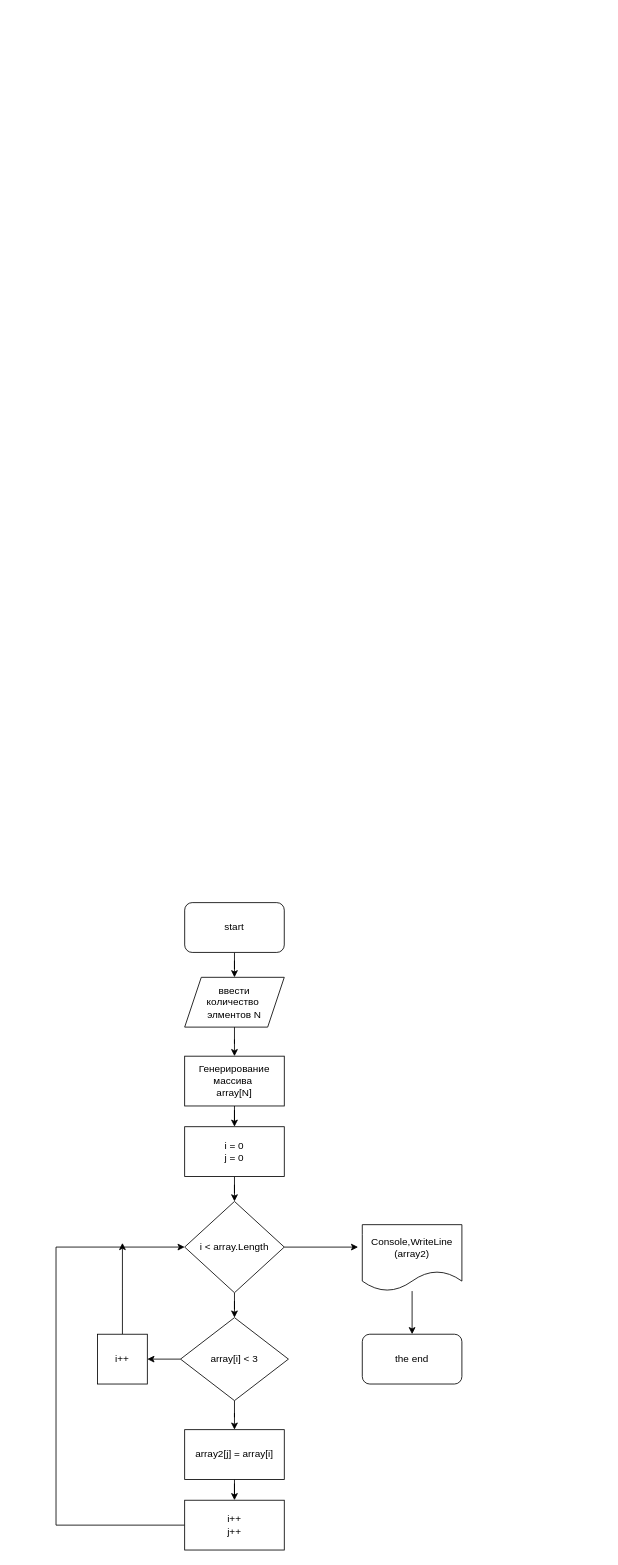
Before: lessonFINAL/Project-chart.drawio in KOLOK777/LES-JAN23, a draw.io diagram. Source tidied: cells renumbered, new cells numbered last; positions are measured from the earlier drawing's top-left corner, leaving out a move shared by most shapes. Both pictures are drawn from the tidied source at 83%, with x=0, y=0 at pixel (56, 902).
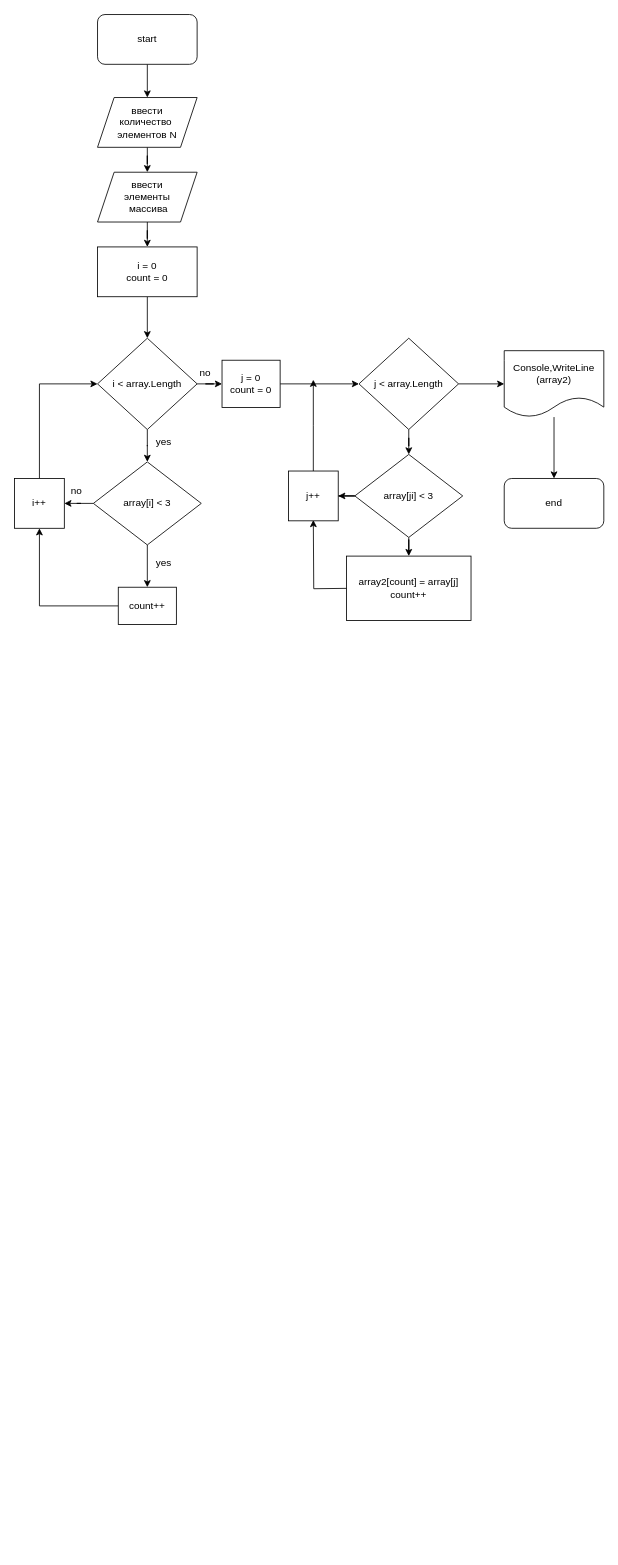
The same diagram, later.

Diff of the diagram source:
```diff
@@
-    <mxCell id="2" style="edgeStyle=orthogonalEdgeStyle;rounded=0;jettySize=auto;html=1;" parent="1" edge="1" source="3" target="13">
-      <mxGeometry relative="1" as="geometry" />
-    </mxCell>
-    <mxCell id="3" value="Генерирование массива&amp;nbsp;&lt;br&gt;array[N]" style="rounded=0;whiteSpace=wrap;html=1;" parent="1" vertex="1">
-      <mxGeometry x="155" y="185" width="120" height="60" as="geometry" />
-    </mxCell>
-    <mxCell id="4" style="edgeStyle=orthogonalEdgeStyle;rounded=0;jettySize=auto;html=1;entryX=0.5;entryY=0;entryDx=0;entryDy=0;" parent="1" edge="1" source="6" target="9">
-      <mxGeometry relative="1" as="geometry" />
-    </mxCell>
-    <mxCell id="5" style="edgeStyle=orthogonalEdgeStyle;rounded=0;jettySize=auto;html=1;entryX=-0.042;entryY=0.338;entryDx=0;entryDy=0;entryPerimeter=0;" parent="1" edge="1" source="6" target="15">
-      <mxGeometry relative="1" as="geometry" />
-    </mxCell>
+    <mxCell id="25" style="edgeStyle=orthogonalEdgeStyle;rounded=0;jettySize=auto;html=1;entryX=0;entryY=0.5;entryDx=0;entryDy=0;" parent="1" edge="1" source="6" target="46">
+      <mxGeometry relative="1" as="geometry" />
+    </mxCell>
+    <mxCell id="26" style="edgeStyle=orthogonalEdgeStyle;rounded=0;jettySize=auto;html=1;entryX=0.5;entryY=0;entryDx=0;entryDy=0;" parent="1" edge="1" source="6" target="39">
+      <mxGeometry relative="1" as="geometry" />
+    </mxCell>
     <mxCell id="6" value="i &amp;lt; array.Length" style="rhombus;whiteSpace=wrap;html=1;" parent="1" vertex="1">
-      <mxGeometry x="155" y="360" width="120" height="110" as="geometry" />
+      <mxGeometry x="50" y="-680" width="120" height="110" as="geometry" />
     </mxCell>
@@
-    <mxCell id="8" style="edgeStyle=orthogonalEdgeStyle;rounded=0;jettySize=auto;html=1;entryX=1;entryY=0.5;entryDx=0;entryDy=0;" parent="1" edge="1" source="9" target="22">
-      <mxGeometry relative="1" as="geometry" />
-    </mxCell>
+    <mxCell id="27" style="edgeStyle=orthogonalEdgeStyle;rounded=0;jettySize=auto;html=1;entryX=1;entryY=0.5;entryDx=0;entryDy=0;" parent="1" edge="1" source="9" target="48">
+      <mxGeometry relative="1" as="geometry" />
+    </mxCell>
-    <mxCell id="9" value="array[i] &amp;lt; 3" style="rhombus;whiteSpace=wrap;html=1;" parent="1" vertex="1">
-      <mxGeometry x="150" y="500" width="130" height="100" as="geometry" />
+    <mxCell id="9" value="array[ji] &amp;lt; 3" style="rhombus;whiteSpace=wrap;html=1;" parent="1" vertex="1">
+      <mxGeometry x="360" y="-540" width="130" height="100" as="geometry" />
     </mxCell>
-    <mxCell id="10" style="edgeStyle=orthogonalEdgeStyle;rounded=0;jettySize=auto;html=1;entryX=0.5;entryY=0;entryDx=0;entryDy=0;" parent="1" edge="1" source="11" target="20">
-      <mxGeometry relative="1" as="geometry" />
-    </mxCell>
+    <mxCell id="28" style="edgeStyle=orthogonalEdgeStyle;rounded=0;orthogonalLoop=1;jettySize=auto;html=1;entryX=0.4;entryY=1;entryDx=0;entryDy=0;entryPerimeter=0;" parent="1" edge="1">
+      <mxGeometry relative="1" as="geometry">
+        <mxPoint x="356" y="-378.7" as="sourcePoint" />
+        <mxPoint x="310" y="-461" as="targetPoint" />
+      </mxGeometry>
+    </mxCell>
-    <mxCell id="11" value="array2[j] = array[i]" style="rounded=0;whiteSpace=wrap;html=1;" parent="1" vertex="1">
-      <mxGeometry x="155" y="635" width="120" height="60" as="geometry" />
+    <mxCell id="11" value="array2[count] = array[j]&lt;br&gt;count++" style="rounded=0;whiteSpace=wrap;html=1;" parent="1" vertex="1">
+      <mxGeometry x="350" y="-417.5" width="150" height="77.5" as="geometry" />
     </mxCell>
@@
-    <mxCell id="13" value="i = 0&lt;br&gt;j = 0" style="rounded=0;whiteSpace=wrap;html=1;" parent="1" vertex="1">
-      <mxGeometry x="155" y="270" width="120" height="60" as="geometry" />
+    <mxCell id="13" value="i = 0&lt;br&gt;count = 0" style="rounded=0;whiteSpace=wrap;html=1;" parent="1" vertex="1">
+      <mxGeometry x="50" y="-790" width="120" height="60" as="geometry" />
     </mxCell>
@@
     <mxCell id="15" value="Console,WriteLine (array2)" style="shape=document;whiteSpace=wrap;html=1;boundedLbl=1;" parent="1" vertex="1">
-      <mxGeometry x="369" y="388" width="120" height="80" as="geometry" />
+      <mxGeometry x="540" y="-665" width="120" height="80" as="geometry" />
     </mxCell>
@@
     <mxCell id="17" value="start" style="rounded=1;whiteSpace=wrap;html=1;" parent="1" vertex="1">
-      <mxGeometry x="155" width="120" height="60" as="geometry" />
+      <mxGeometry x="50" y="-1070" width="120" height="60" as="geometry" />
     </mxCell>
-    <mxCell id="18" value="the end" style="rounded=1;whiteSpace=wrap;html=1;" parent="1" vertex="1">
-      <mxGeometry x="369" y="520" width="120" height="60" as="geometry" />
+    <mxCell id="18" value="end" style="rounded=1;whiteSpace=wrap;html=1;" parent="1" vertex="1">
+      <mxGeometry x="540" y="-511" width="120" height="60" as="geometry" />
     </mxCell>
-    <mxCell id="19" style="edgeStyle=orthogonalEdgeStyle;rounded=0;jettySize=auto;html=1;entryX=0;entryY=0.5;entryDx=0;entryDy=0;" parent="1" edge="1" source="20" target="6">
-      <mxGeometry relative="1" as="geometry">
-        <Array as="points">
-          <mxPoint y="750" />
-          <mxPoint y="415" />
-        </Array>
-      </mxGeometry>
-    </mxCell>
-    <mxCell id="20" value="i++&lt;br&gt;j++" style="rounded=0;whiteSpace=wrap;html=1;" parent="1" vertex="1">
-      <mxGeometry x="155" y="720" width="120" height="60" as="geometry" />
-    </mxCell>
-    <mxCell id="21" style="edgeStyle=orthogonalEdgeStyle;rounded=0;jettySize=auto;html=1;" parent="1" edge="1" source="22">
-      <mxGeometry relative="1" as="geometry">
-        <mxPoint x="80" y="410" as="targetPoint" />
-      </mxGeometry>
-    </mxCell>
+    <mxCell id="29" style="edgeStyle=orthogonalEdgeStyle;rounded=0;jettySize=auto;html=1;entryX=0;entryY=0.5;entryDx=0;entryDy=0;" parent="1" edge="1" source="22" target="6">
+      <mxGeometry relative="1" as="geometry">
+        <Array as="points">
+          <mxPoint x="-20" y="-625" />
+        </Array>
+      </mxGeometry>
+    </mxCell>
     <mxCell id="22" value="i++" style="rounded=0;whiteSpace=wrap;html=1;" parent="1" vertex="1">
-      <mxGeometry x="50" y="520" width="60" height="60" as="geometry" />
+      <mxGeometry x="-50" y="-511" width="60" height="60" as="geometry" />
     </mxCell>
-    <mxCell id="23" style="edgeStyle=orthogonalEdgeStyle;rounded=0;jettySize=auto;html=1;entryX=0.5;entryY=0;entryDx=0;entryDy=0;" parent="1" edge="1" source="24" target="3">
-      <mxGeometry relative="1" as="geometry" />
-    </mxCell>
+    <mxCell id="30" style="edgeStyle=orthogonalEdgeStyle;rounded=0;jettySize=auto;html=1;entryX=0.5;entryY=0;entryDx=0;entryDy=0;" parent="1" edge="1" source="24" target="36">
+      <mxGeometry relative="1" as="geometry" />
+    </mxCell>
-    <mxCell id="24" value="ввести&lt;br&gt;количество&amp;nbsp;&lt;br&gt;элментов N" style="shape=parallelogram;perimeter=parallelogramPerimeter;whiteSpace=wrap;html=1;fixedSize=1;" parent="1" vertex="1">
-      <mxGeometry x="155" y="90" width="120" height="60" as="geometry" />
+    <mxCell id="24" value="ввести&lt;br&gt;количество&amp;nbsp;&lt;br&gt;элементов N" style="shape=parallelogram;perimeter=parallelogramPerimeter;whiteSpace=wrap;html=1;fixedSize=1;" parent="1" vertex="1">
+      <mxGeometry x="50" y="-970" width="120" height="60" as="geometry" />
     </mxCell>
+    <mxCell id="31" value="yes" style="text;strokeColor=none;align=center;fillColor=none;html=1;verticalAlign=middle;whiteSpace=wrap;rounded=0;" parent="1" vertex="1">
+      <mxGeometry x="100" y="-424.5" width="60" height="30" as="geometry" />
+    </mxCell>
+    <mxCell id="32" value="no" style="text;strokeColor=none;align=center;fillColor=none;html=1;verticalAlign=middle;whiteSpace=wrap;rounded=0;" parent="1" vertex="1">
+      <mxGeometry x="150" y="-653.5" width="60" height="30" as="geometry" />
+    </mxCell>
+    <mxCell id="33" value="yes" style="text;strokeColor=none;align=center;fillColor=none;html=1;verticalAlign=middle;whiteSpace=wrap;rounded=0;" parent="1" vertex="1">
+      <mxGeometry x="100" y="-570" width="60" height="30" as="geometry" />
+    </mxCell>
+    <mxCell id="34" value="no" style="text;strokeColor=none;align=center;fillColor=none;html=1;verticalAlign=middle;whiteSpace=wrap;rounded=0;" parent="1" vertex="1">
+      <mxGeometry x="-5" y="-511" width="60" height="30" as="geometry" />
+    </mxCell>
+    <mxCell id="35" style="edgeStyle=orthogonalEdgeStyle;rounded=0;jettySize=auto;html=1;entryX=0.5;entryY=0;entryDx=0;entryDy=0;" parent="1" edge="1" source="36" target="13">
+      <mxGeometry relative="1" as="geometry" />
+    </mxCell>
+    <mxCell id="36" value="ввести&lt;br&gt;элементы&lt;br&gt;&amp;nbsp;массива" style="shape=parallelogram;perimeter=parallelogramPerimeter;whiteSpace=wrap;html=1;fixedSize=1;" parent="1" vertex="1">
+      <mxGeometry x="50" y="-880" width="120" height="60" as="geometry" />
+    </mxCell>
+    <mxCell id="37" style="edgeStyle=orthogonalEdgeStyle;rounded=0;jettySize=auto;html=1;entryX=0.5;entryY=0;entryDx=0;entryDy=0;" parent="1" edge="1" source="39" target="41">
+      <mxGeometry relative="1" as="geometry" />
+    </mxCell>
+    <mxCell id="38" style="edgeStyle=orthogonalEdgeStyle;rounded=0;jettySize=auto;html=1;entryX=1;entryY=0.5;entryDx=0;entryDy=0;" parent="1" edge="1" source="39" target="22">
+      <mxGeometry relative="1" as="geometry" />
+    </mxCell>
+    <mxCell id="39" value="array[i] &amp;lt; 3" style="rhombus;whiteSpace=wrap;html=1;" parent="1" vertex="1">
+      <mxGeometry x="45" y="-531" width="130" height="100" as="geometry" />
+    </mxCell>
+    <mxCell id="40" style="edgeStyle=orthogonalEdgeStyle;rounded=0;jettySize=auto;html=1;entryX=0.5;entryY=1;entryDx=0;entryDy=0;" parent="1" edge="1" source="41" target="22">
+      <mxGeometry relative="1" as="geometry" />
+    </mxCell>
+    <mxCell id="41" value="count++" style="rounded=0;whiteSpace=wrap;html=1;" parent="1" vertex="1">
+      <mxGeometry x="75" y="-380" width="70" height="45" as="geometry" />
+    </mxCell>
+    <mxCell id="42" style="edgeStyle=orthogonalEdgeStyle;rounded=0;jettySize=auto;html=1;entryX=0.5;entryY=0;entryDx=0;entryDy=0;" parent="1" edge="1" source="44" target="9">
+      <mxGeometry relative="1" as="geometry" />
+    </mxCell>
+    <mxCell id="43" style="edgeStyle=orthogonalEdgeStyle;rounded=0;jettySize=auto;html=1;entryX=0;entryY=0.5;entryDx=0;entryDy=0;" parent="1" edge="1" source="44" target="15">
+      <mxGeometry relative="1" as="geometry" />
+    </mxCell>
+    <mxCell id="44" value="j &amp;lt; array.Length" style="rhombus;whiteSpace=wrap;html=1;" parent="1" vertex="1">
+      <mxGeometry x="365" y="-680" width="120" height="110" as="geometry" />
+    </mxCell>
+    <mxCell id="45" style="edgeStyle=orthogonalEdgeStyle;rounded=0;jettySize=auto;html=1;entryX=0;entryY=0.5;entryDx=0;entryDy=0;" parent="1" edge="1" source="46" target="44">
+      <mxGeometry relative="1" as="geometry" />
+    </mxCell>
+    <mxCell id="46" value="j = 0&lt;br&gt;count = 0" style="rounded=0;whiteSpace=wrap;html=1;" parent="1" vertex="1">
+      <mxGeometry x="200" y="-653.5" width="70" height="57" as="geometry" />
+    </mxCell>
+    <mxCell id="47" style="edgeStyle=orthogonalEdgeStyle;rounded=0;jettySize=auto;html=1;" parent="1" edge="1" source="48">
+      <mxGeometry relative="1" as="geometry">
+        <mxPoint x="310" y="-630" as="targetPoint" />
+      </mxGeometry>
+    </mxCell>
+    <mxCell id="48" value="j++" style="rounded=0;whiteSpace=wrap;html=1;" parent="1" vertex="1">
+      <mxGeometry x="280" y="-520" width="60" height="60" as="geometry" />
+    </mxCell>
```
